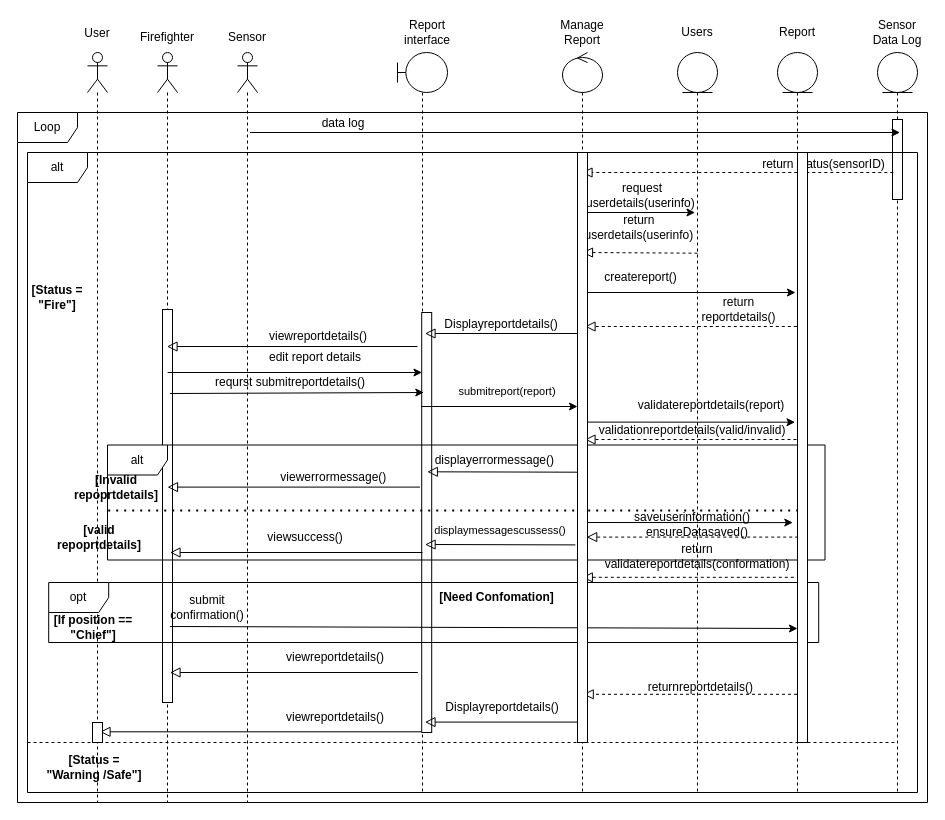
The draw.io diagram page "Report Management SD" (8 of 13) of doc/PSM.drawio in SNFASA/AI-Fire-Monitoring-System, before the edit. Source tidied: cells renumbered, new cells numbered last; positions are measured from the earlier drawing's top-left corner, leaving out a move shared by most shapes. Both pictures are drawn from the tidied source at 100%, with x=0, y=0 at pixel (17, 17).
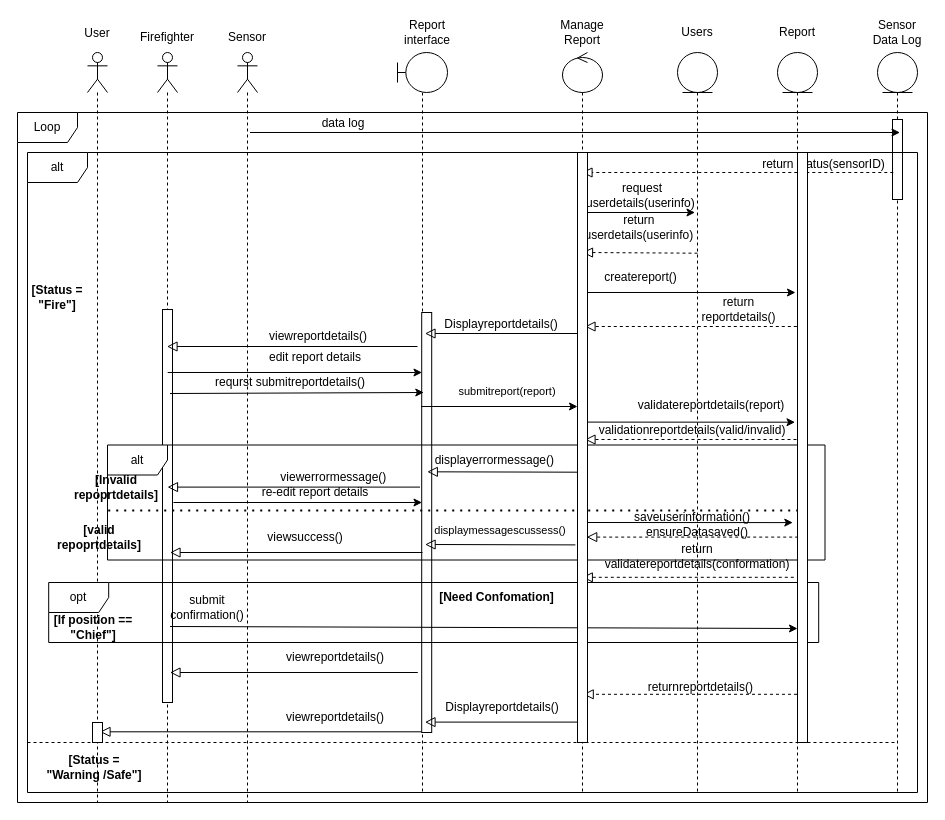
Above is the later version.

The change refers to these unchanged cells:
```xml
<mxCell id="5" style="shape=umlLifeline;perimeter=lifelinePerimeter;whiteSpace=wrap;html=1;outlineConnect=0;portConstraint=eastwest;newEdgeStyle={&quot;curved&quot;:0,&quot;rounded&quot;:0};participant=umlBoundary;" parent="1" vertex="1">
  <mxGeometry x="380" y="35" width="50" height="740" as="geometry" />
</mxCell>
```

The edit, as a diff of the source:
```diff
@@
+    <mxCell id="86" style="endArrow=classic;html=1;rounded=0;" parent="1" edge="1" target="5">
+      <mxGeometry relative="1" as="geometry">
+        <mxPoint x="156" y="485" as="sourcePoint" />
+      </mxGeometry>
+    </mxCell>
+    <mxCell id="87" value="re-edit report details" style="text;html=1;whiteSpace=wrap;strokeColor=none;fillColor=none;align=center;verticalAlign=middle;rounded=0;" parent="1" vertex="1">
+      <mxGeometry x="240" y="459.5" width="115.5" height="30" as="geometry" />
+    </mxCell>
```
